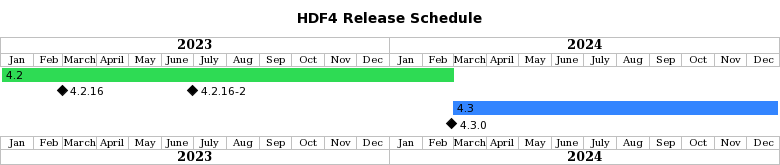
Earlier version of the PlantUML export doc/img/release-schedule.png (HDFGroup/hdf4).
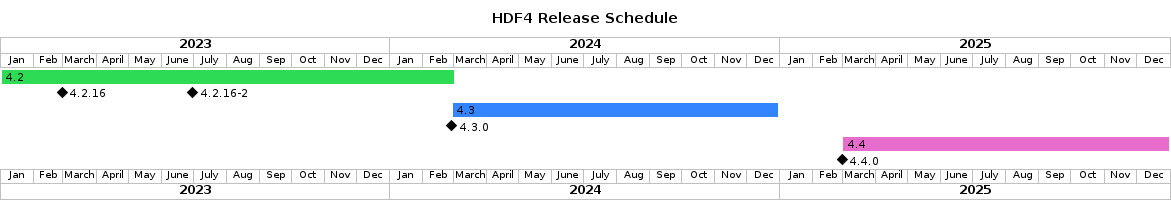
After the change.

Commit message:
Add 4.4.0 to the release schedule timeline (#727)

Change to the diagram source:
```diff
@@ -15,4 +15,8 @@
 [4.3.0] happens 2024-02-28
 [4.3] is colored in #3385FF
 
+[4.4] starts 2025-02-28 and lasts 44 weeks
+[4.4.0] happens 2025-02-28
+[4.4] is colored in #E66DCB
+
 @endgantt
```
